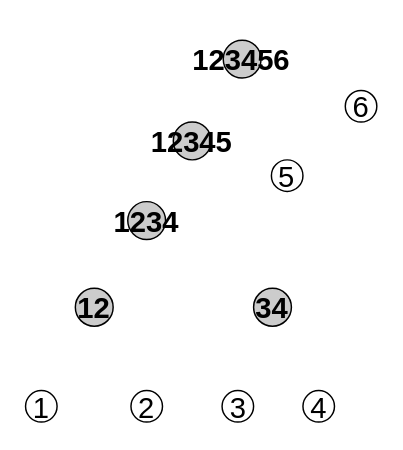
tahiri-lab/PrismTree keeps this draw.io diagram as img/Untitled Diagram.drawio. Above is the earlier version. Source tidied: cells renumbered, new cells numbered last; positions are measured from the earlier drawing's top-left corner, leaving out a move shared by most shapes. Both pictures are drawn from the tidied source at 146%, with x=0, y=0 at pixel (25, 39).
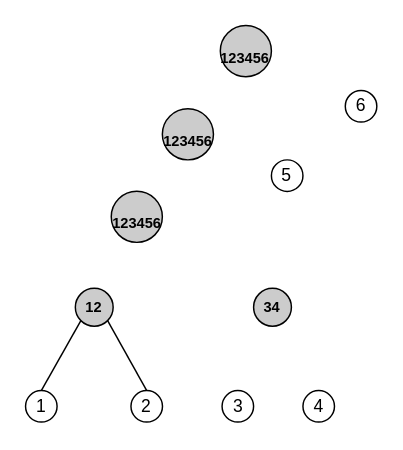
The same page after the edit.

Change to the diagram source:
```diff
@@
 <mxGraphModel>
   <root>
     <mxCell id="0" />
     <mxCell id="1" parent="0" />
-    <mxCell id="2" value="&lt;b&gt;12345&lt;br&gt;&lt;/b&gt;" style="ellipse;whiteSpace=wrap;html=1;fontSize=20;fillColor=#CCCCCC;" parent="1" vertex="1">
-      <mxGeometry x="101.2" y="56.1" width="25.9" height="25.9" as="geometry" />
-    </mxCell>
-    <mxCell id="3" value="&lt;b&gt;34&lt;br&gt;&lt;/b&gt;" style="ellipse;whiteSpace=wrap;html=1;fontSize=20;fillColor=#CCCCCC;" parent="1" vertex="1">
+    <mxCell id="3" value="&lt;b style=&quot;font-size: 10px;&quot;&gt;34&lt;br style=&quot;font-size: 10px;&quot;&gt;&lt;/b&gt;" style="ellipse;whiteSpace=wrap;html=1;fontSize=10;fillColor=#CCCCCC;" parent="1" vertex="1">
       <mxGeometry x="156.2" y="170" width="25.9" height="25.9" as="geometry" />
     </mxCell>
-    <mxCell id="4" value="&lt;b&gt;123456&lt;br&gt;&lt;/b&gt;" style="ellipse;whiteSpace=wrap;html=1;fontSize=20;fillColor=#CCCCCC;" parent="1" vertex="1">
-      <mxGeometry x="135.4" width="25.9" height="25.9" as="geometry" />
+    <mxCell id="4" value="&lt;b&gt;&lt;font style=&quot;font-size: 10px;&quot;&gt;123456&lt;/font&gt;&lt;br&gt;&lt;/b&gt;" style="ellipse;whiteSpace=wrap;html=1;fontSize=20;fillColor=#CCCCCC;" parent="1" vertex="1">
+      <mxGeometry x="133.4" y="-10" width="35" height="35" as="geometry" />
     </mxCell>
-    <mxCell id="5" value="1" style="ellipse;whiteSpace=wrap;html=1;fontSize=20;" parent="1" vertex="1">
+    <mxCell id="5" value="1" style="ellipse;whiteSpace=wrap;html=1;fontSize=12;" parent="1" vertex="1">
       <mxGeometry y="240" width="21.6" height="21.6" as="geometry" />
     </mxCell>
-    <mxCell id="6" value="3" style="ellipse;whiteSpace=wrap;html=1;fontSize=20;" parent="1" vertex="1">
+    <mxCell id="6" value="3" style="ellipse;whiteSpace=wrap;html=1;fontSize=12;" parent="1" vertex="1">
       <mxGeometry x="134.6" y="240" width="21.6" height="21.6" as="geometry" />
     </mxCell>
-    <mxCell id="7" value="4" style="ellipse;whiteSpace=wrap;html=1;fontSize=20;" parent="1" vertex="1">
+    <mxCell id="7" value="4" style="ellipse;whiteSpace=wrap;html=1;fontSize=12;" parent="1" vertex="1">
       <mxGeometry x="190" y="240" width="21.6" height="21.6" as="geometry" />
     </mxCell>
-    <mxCell id="8" value="5" style="ellipse;whiteSpace=wrap;html=1;fontSize=20;" parent="1" vertex="1">
+    <mxCell id="8" value="5" style="ellipse;whiteSpace=wrap;html=1;fontSize=12;" parent="1" vertex="1">
       <mxGeometry x="168.4" y="82" width="21.6" height="21.6" as="geometry" />
     </mxCell>
-    <mxCell id="9" value="&lt;b&gt;1234&lt;br&gt;&lt;/b&gt;" style="ellipse;whiteSpace=wrap;html=1;fontSize=20;fillColor=#CCCCCC;" parent="1" vertex="1">
-      <mxGeometry x="70" y="110.6" width="25.9" height="25.9" as="geometry" />
-    </mxCell>
-    <mxCell id="10" value="&lt;b&gt;12&lt;br&gt;&lt;/b&gt;" style="ellipse;whiteSpace=wrap;html=1;fontSize=20;fillColor=#CCCCCC;" parent="1" vertex="1">
+    <mxCell id="10" value="&lt;b style=&quot;font-size: 10px;&quot;&gt;12&lt;br style=&quot;font-size: 10px;&quot;&gt;&lt;/b&gt;" style="ellipse;whiteSpace=wrap;html=1;fontSize=10;fillColor=#CCCCCC;" parent="1" vertex="1">
       <mxGeometry x="34.1" y="170" width="25.9" height="25.9" as="geometry" />
     </mxCell>
-    <mxCell id="11" value="2" style="ellipse;whiteSpace=wrap;html=1;fontSize=20;" parent="1" vertex="1">
+    <mxCell id="11" value="2" style="ellipse;whiteSpace=wrap;html=1;fontSize=12;" parent="1" vertex="1">
       <mxGeometry x="72.2" y="240" width="21.6" height="21.6" as="geometry" />
     </mxCell>
-    <mxCell id="12" value="6" style="ellipse;whiteSpace=wrap;html=1;fontSize=20;" parent="1" vertex="1">
+    <mxCell id="12" value="6" style="ellipse;whiteSpace=wrap;html=1;fontSize=12;" parent="1" vertex="1">
       <mxGeometry x="219" y="34.5" width="21.6" height="21.6" as="geometry" />
     </mxCell>
+    <mxCell id="13" value="&lt;b&gt;&lt;font style=&quot;font-size: 10px;&quot;&gt;123456&lt;/font&gt;&lt;br&gt;&lt;/b&gt;" style="ellipse;whiteSpace=wrap;html=1;fontSize=20;fillColor=#CCCCCC;" parent="1" vertex="1">
+      <mxGeometry x="93.7" y="47" width="35" height="35" as="geometry" />
+    </mxCell>
+    <mxCell id="14" value="&lt;b&gt;&lt;font style=&quot;font-size: 10px;&quot;&gt;123456&lt;/font&gt;&lt;br&gt;&lt;/b&gt;" style="ellipse;whiteSpace=wrap;html=1;fontSize=20;fillColor=#CCCCCC;" parent="1" vertex="1">
+      <mxGeometry x="58.7" y="103.5" width="35" height="35" as="geometry" />
+    </mxCell>
+    <mxCell id="15" style="endArrow=none;html=1;rounded=0;entryX=1;entryY=1;entryDx=0;entryDy=0;exitX=0.5;exitY=0;exitDx=0;exitDy=0;" parent="1" edge="1" source="11" target="10">
+      <mxGeometry relative="1" as="geometry" />
+    </mxCell>
+    <mxCell id="16" style="endArrow=none;html=1;rounded=0;exitX=0;exitY=1;exitDx=0;exitDy=0;entryX=0.5;entryY=0;entryDx=0;entryDy=0;" parent="1" edge="1" source="10" target="5">
+      <mxGeometry relative="1" as="geometry" />
+    </mxCell>
   </root>
 </mxGraphModel>
```
